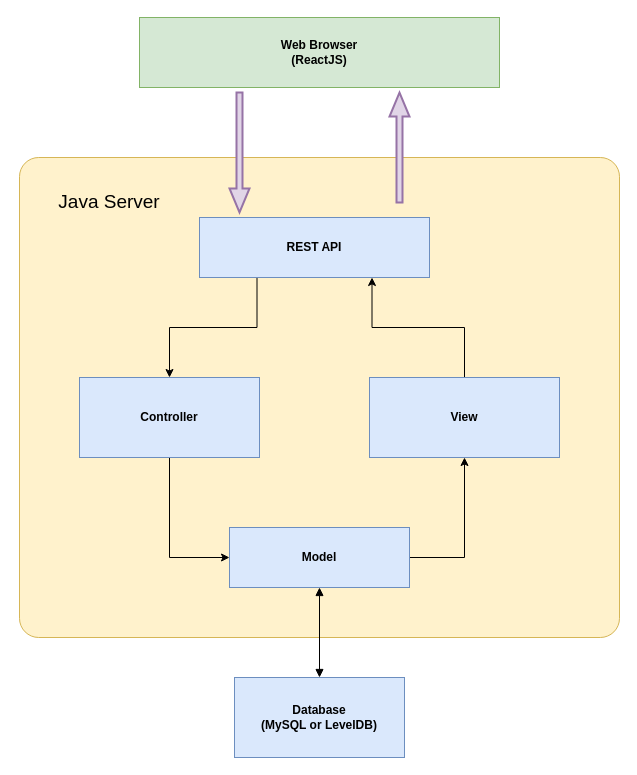
This is docs/diagram_drafts/design_pattern.drawio from mirko-laruina/lsmsdb-EasyChat, a draw.io file, before an edit. Source tidied: cells renumbered, new cells numbered last; positions are measured from the earlier drawing's top-left corner, leaving out a move shared by most shapes. Both pictures are drawn from the tidied source at 100%, with x=0, y=0 at pixel (19, 17).
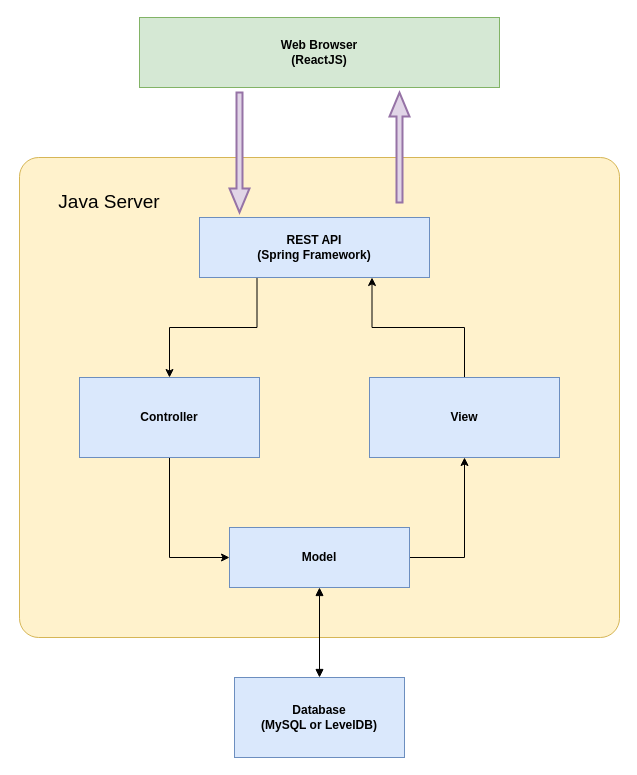
After the change.

Commit message (it also covers changes not shown here):
New system architecture

The edit, as a diff of the source:
```diff
@@
 <mxGraphModel>
   <root>
     <mxCell id="0" />
     <mxCell id="1" parent="0" />
     <mxCell id="2" value="&lt;br&gt;" style="rounded=1;whiteSpace=wrap;html=1;fillColor=#fff2cc;strokeColor=#d6b656;fontStyle=1;labelPosition=left;verticalLabelPosition=top;align=right;verticalAlign=bottom;spacingTop=0;arcSize=4;" parent="1" vertex="1">
       <mxGeometry y="140" width="600" height="480" as="geometry" />
     </mxCell>
     <mxCell id="3" value="Web Browser&lt;br&gt;(ReactJS)" style="rounded=0;whiteSpace=wrap;html=1;fillColor=#d5e8d4;strokeColor=#82b366;fontStyle=1;spacing=2;" parent="1" vertex="1">
       <mxGeometry x="120" width="360" height="70" as="geometry" />
     </mxCell>
     <mxCell id="4" style="verticalLabelPosition=bottom;verticalAlign=top;html=1;strokeWidth=2;shape=mxgraph.arrows2.arrow;dy=0.7;dx=24;notch=0;fillColor=#e1d5e7;direction=south;strokeColor=#9673a6;" parent="1" vertex="1">
       <mxGeometry x="210" y="75" width="20" height="120" as="geometry" />
     </mxCell>
     <mxCell id="5" style="verticalLabelPosition=bottom;verticalAlign=top;html=1;strokeWidth=2;shape=mxgraph.arrows2.arrow;dy=0.7;dx=24;notch=0;fillColor=#e1d5e7;direction=south;rotation=180;strokeColor=#9673a6;" parent="1" vertex="1">
       <mxGeometry x="370" y="75" width="20" height="110" as="geometry" />
     </mxCell>
     <mxCell id="6" style="edgeStyle=orthogonalEdgeStyle;rounded=0;jettySize=auto;html=1;exitX=0.5;exitY=1;exitDx=0;exitDy=0;entryX=0;entryY=0.5;entryDx=0;entryDy=0;" parent="1" edge="1" source="8" target="12">
       <mxGeometry relative="1" as="geometry" />
     </mxCell>
     <mxCell id="7" style="edgeStyle=orthogonalEdgeStyle;rounded=0;jettySize=auto;html=1;exitX=0.25;exitY=1;exitDx=0;exitDy=0;entryX=0.5;entryY=0;entryDx=0;entryDy=0;" parent="1" edge="1" source="13" target="8">
       <mxGeometry relative="1" as="geometry" />
     </mxCell>
     <mxCell id="8" value="Controller" style="rounded=0;whiteSpace=wrap;html=1;fillColor=#dae8fc;strokeColor=#6c8ebf;fontStyle=1;" parent="1" vertex="1">
       <mxGeometry x="60" y="360" width="180" height="80" as="geometry" />
     </mxCell>
     <mxCell id="9" style="edgeStyle=orthogonalEdgeStyle;rounded=0;jettySize=auto;html=1;exitX=0.5;exitY=0;exitDx=0;exitDy=0;entryX=0.75;entryY=1;entryDx=0;entryDy=0;" parent="1" edge="1" source="10" target="13">
       <mxGeometry relative="1" as="geometry" />
     </mxCell>
     <mxCell id="10" value="View" style="rounded=0;whiteSpace=wrap;html=1;fillColor=#dae8fc;strokeColor=#6c8ebf;fontStyle=1;" parent="1" vertex="1">
       <mxGeometry x="350" y="360" width="190" height="80" as="geometry" />
     </mxCell>
     <mxCell id="11" style="edgeStyle=orthogonalEdgeStyle;rounded=0;jettySize=auto;html=1;entryX=0.5;entryY=1;entryDx=0;entryDy=0;exitX=1;exitY=0.5;exitDx=0;exitDy=0;" parent="1" edge="1" source="12" target="10">
       <mxGeometry relative="1" as="geometry" />
     </mxCell>
     <mxCell id="12" value="Model" style="rounded=0;whiteSpace=wrap;html=1;fillColor=#dae8fc;strokeColor=#6c8ebf;fontStyle=1;" parent="1" vertex="1">
       <mxGeometry x="210" y="510" width="180" height="60" as="geometry" />
     </mxCell>
-    <mxCell id="13" value="REST API" style="rounded=0;whiteSpace=wrap;html=1;fillColor=#dae8fc;strokeColor=#6c8ebf;fontStyle=1;" parent="1" vertex="1">
+    <mxCell id="13" value="REST API&lt;br&gt;(Spring Framework)" style="rounded=0;whiteSpace=wrap;html=1;fillColor=#dae8fc;strokeColor=#6c8ebf;fontStyle=1;" parent="1" vertex="1">
       <mxGeometry x="180" y="200" width="230" height="60" as="geometry" />
     </mxCell>
     <mxCell id="14" value="Database&lt;br&gt;(MySQL or LevelDB)" style="rounded=0;whiteSpace=wrap;html=1;fillColor=#dae8fc;fontStyle=1;strokeColor=#6c8ebf;" parent="1" vertex="1">
       <mxGeometry x="215" y="660" width="170" height="80" as="geometry" />
     </mxCell>
     <mxCell id="15" style="endArrow=block;startArrow=block;endFill=1;startFill=1;html=1;exitX=0.5;exitY=1;exitDx=0;exitDy=0;entryX=0.5;entryY=0;entryDx=0;entryDy=0;" parent="1" edge="1" source="12" target="14">
       <mxGeometry relative="1" as="geometry" />
     </mxCell>
     <mxCell id="16" value="&lt;font style=&quot;font-size: 19px&quot;&gt;Java Server&lt;/font&gt;" style="text;html=1;strokeColor=none;fillColor=none;align=center;verticalAlign=middle;whiteSpace=wrap;rounded=0;fontStyle=0;" parent="1" vertex="1">
       <mxGeometry x="20" y="162.5" width="140" height="45" as="geometry" />
     </mxCell>
   </root>
 </mxGraphModel>
```
